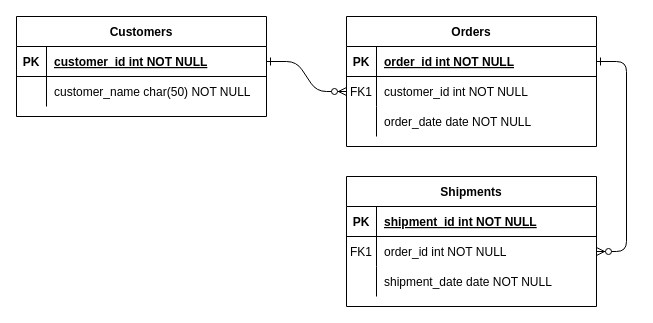
This is document/project-board-erd.drawio from hsyoodev/fastcampus-project-board, a draw.io file, before an edit. Source tidied: cells renumbered, new cells numbered last; positions are measured from the earlier drawing's top-left corner, leaving out a move shared by most shapes. Both pictures are drawn from the tidied source at 100%, with x=0, y=0 at pixel (16, 16).
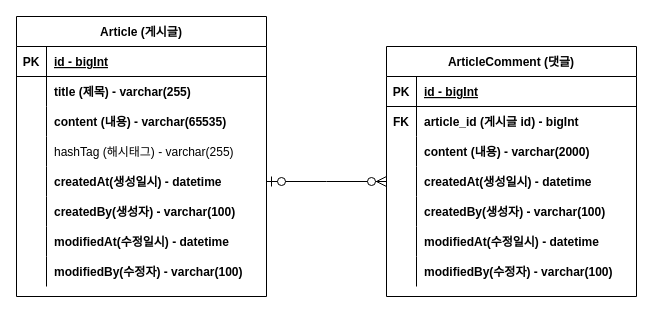
After the change.

Unchanged cells that the change refers to:
```xml
<mxCell id="5" style="shape=partialRectangle;fillColor=none;points=[[0,0.5],[1,0.5]];portConstraint=eastwest;top=0;left=0;right=0;bottom=1;" parent="4" vertex="1">
  <mxGeometry y="30" width="250" height="30" as="geometry" />
</mxCell>
<mxCell id="25" style="shape=partialRectangle;fillColor=none;points=[[0,0.5],[1,0.5]];portConstraint=eastwest;top=0;left=0;right=0;bottom=1;" parent="24" vertex="1">
  <mxGeometry y="30" width="250" height="30" as="geometry" />
</mxCell>
```

Change to the diagram source:
```diff
@@
-    <mxCell id="2" style="edgeStyle=entityRelationEdgeStyle;endArrow=ERzeroToMany;startArrow=ERone;endFill=1;startFill=0;" parent="1" edge="1" source="25" target="8">
-      <mxGeometry relative="1" as="geometry" />
-    </mxCell>
-    <mxCell id="3" style="edgeStyle=entityRelationEdgeStyle;endArrow=ERzeroToMany;startArrow=ERone;endFill=1;startFill=0;" parent="1" edge="1" source="5" target="18">
-      <mxGeometry relative="1" as="geometry" />
-    </mxCell>
-    <mxCell id="4" value="Orders" style="shape=table;startSize=30;childLayout=tableLayout;rowLines=0;fontStyle=1;align=center;" parent="1" vertex="1">
-      <mxGeometry x="330" width="250" height="130" as="geometry" />
+    <mxCell id="4" value="ArticleComment (댓글)" style="shape=table;startSize=30;childLayout=tableLayout;rowLines=0;fontStyle=1;align=center;" parent="1" vertex="1">
+      <mxGeometry x="370" y="30" width="250" height="250" as="geometry" />
     </mxCell>
@@
-    <mxCell id="7" value="order_id int NOT NULL " style="shape=partialRectangle;overflow=hidden;fillColor=none;top=0;left=0;bottom=0;right=0;align=left;spacingLeft=6;fontStyle=5;" parent="5" vertex="1">
+    <mxCell id="7" value="id - bigInt" style="shape=partialRectangle;overflow=hidden;fillColor=none;top=0;left=0;bottom=0;right=0;align=left;spacingLeft=6;fontStyle=5;" parent="5" vertex="1">
       <mxGeometry x="30" width="220" height="30" as="geometry" />
     </mxCell>
-    <mxCell id="8" style="shape=partialRectangle;fillColor=none;points=[[0,0.5],[1,0.5]];portConstraint=eastwest;top=0;left=0;right=0;bottom=0;" parent="4" vertex="1">
+    <mxCell id="8" style="shape=partialRectangle;fillColor=none;points=[[0,0.5],[1,0.5]];portConstraint=eastwest;top=0;left=0;right=0;bottom=0;fontStyle=1;" parent="4" vertex="1">
       <mxGeometry y="60" width="250" height="30" as="geometry" />
     </mxCell>
-    <mxCell id="9" value="FK1" style="shape=partialRectangle;overflow=hidden;fillColor=none;top=0;left=0;bottom=0;right=0;" parent="8" vertex="1">
+    <mxCell id="9" value="FK" style="shape=partialRectangle;overflow=hidden;fillColor=none;top=0;left=0;bottom=0;right=0;fontStyle=1;" parent="8" vertex="1">
       <mxGeometry width="30" height="30" as="geometry" />
     </mxCell>
-    <mxCell id="10" value="customer_id int NOT NULL" style="shape=partialRectangle;overflow=hidden;fillColor=none;top=0;left=0;bottom=0;right=0;align=left;spacingLeft=6;" parent="8" vertex="1">
+    <mxCell id="10" value="article_id (게시글 id) - bigInt" style="shape=partialRectangle;overflow=hidden;fillColor=none;top=0;left=0;bottom=0;right=0;align=left;spacingLeft=6;fontStyle=1;" parent="8" vertex="1">
       <mxGeometry x="30" width="220" height="30" as="geometry" />
     </mxCell>
-    <mxCell id="11" style="shape=partialRectangle;fillColor=none;top=0;left=0;right=0;bottom=0;" parent="4" vertex="1">
+    <mxCell id="11" style="shape=partialRectangle;fillColor=none;top=0;left=0;right=0;bottom=0;fontStyle=1;" parent="4" vertex="1">
       <mxGeometry y="90" width="250" height="30" as="geometry" />
     </mxCell>
-    <mxCell id="12" style="shape=partialRectangle;overflow=hidden;fillColor=none;top=0;left=0;bottom=0;right=0;" parent="11" vertex="1">
+    <mxCell id="12" style="shape=partialRectangle;overflow=hidden;fillColor=none;top=0;left=0;bottom=0;right=0;fontStyle=1;" parent="11" vertex="1">
       <mxGeometry width="30" height="30" as="geometry" />
     </mxCell>
-    <mxCell id="13" value="order_date date NOT NULL" style="shape=partialRectangle;overflow=hidden;fillColor=none;top=0;left=0;bottom=0;right=0;align=left;spacingLeft=6;" parent="11" vertex="1">
+    <mxCell id="13" value="content (내용) - varchar(2000)" style="shape=partialRectangle;overflow=hidden;fillColor=none;top=0;left=0;bottom=0;right=0;align=left;spacingLeft=6;fontStyle=1;" parent="11" vertex="1">
       <mxGeometry x="30" width="220" height="30" as="geometry" />
     </mxCell>
-    <mxCell id="14" value="Shipments" style="shape=table;startSize=30;childLayout=tableLayout;rowLines=0;fontStyle=1;align=center;" parent="1" vertex="1">
-      <mxGeometry x="330" y="160" width="250" height="130" as="geometry" />
-    </mxCell>
-    <mxCell id="15" style="shape=partialRectangle;fillColor=none;top=0;left=0;right=0;bottom=1;" parent="14" vertex="1">
-      <mxGeometry y="30" width="250" height="30" as="geometry" />
-    </mxCell>
-    <mxCell id="16" value="PK" style="shape=partialRectangle;overflow=hidden;fillColor=none;top=0;left=0;bottom=0;right=0;fontStyle=1;" parent="15" vertex="1">
-      <mxGeometry width="30" height="30" as="geometry" />
-    </mxCell>
-    <mxCell id="17" value="shipment_id int NOT NULL " style="shape=partialRectangle;overflow=hidden;fillColor=none;top=0;left=0;bottom=0;right=0;align=left;spacingLeft=6;fontStyle=5;" parent="15" vertex="1">
-      <mxGeometry x="30" width="220" height="30" as="geometry" />
-    </mxCell>
-    <mxCell id="18" style="shape=partialRectangle;fillColor=none;points=[[0,0.5],[1,0.5]];portConstraint=eastwest;top=0;left=0;right=0;bottom=0;" parent="14" vertex="1">
-      <mxGeometry y="60" width="250" height="30" as="geometry" />
-    </mxCell>
-    <mxCell id="19" value="FK1" style="shape=partialRectangle;overflow=hidden;fillColor=none;top=0;left=0;bottom=0;right=0;" parent="18" vertex="1">
-      <mxGeometry width="30" height="30" as="geometry" />
-    </mxCell>
-    <mxCell id="20" value="order_id int NOT NULL" style="shape=partialRectangle;overflow=hidden;fillColor=none;top=0;left=0;bottom=0;right=0;align=left;spacingLeft=6;" parent="18" vertex="1">
-      <mxGeometry x="30" width="220" height="30" as="geometry" />
-    </mxCell>
-    <mxCell id="21" style="shape=partialRectangle;fillColor=none;top=0;left=0;right=0;bottom=0;" parent="14" vertex="1">
-      <mxGeometry y="90" width="250" height="30" as="geometry" />
-    </mxCell>
-    <mxCell id="22" style="shape=partialRectangle;overflow=hidden;fillColor=none;top=0;left=0;bottom=0;right=0;" parent="21" vertex="1">
-      <mxGeometry width="30" height="30" as="geometry" />
-    </mxCell>
-    <mxCell id="23" value="shipment_date date NOT NULL" style="shape=partialRectangle;overflow=hidden;fillColor=none;top=0;left=0;bottom=0;right=0;align=left;spacingLeft=6;" parent="21" vertex="1">
-      <mxGeometry x="30" width="220" height="30" as="geometry" />
-    </mxCell>
+    <mxCell id="31" style="shape=partialRectangle;fillColor=none;points=[[0,0.5],[1,0.5]];portConstraint=eastwest;top=0;left=0;right=0;bottom=0;fontStyle=1;" parent="4" vertex="1">
+      <mxGeometry y="120" width="250" height="30" as="geometry" />
+    </mxCell>
+    <mxCell id="32" style="shape=partialRectangle;overflow=hidden;fillColor=none;top=0;left=0;bottom=0;right=0;fontStyle=1;" parent="31" vertex="1">
+      <mxGeometry width="30" height="30" as="geometry" />
+    </mxCell>
+    <mxCell id="33" value="createdAt(생성일시) - datetime" style="shape=partialRectangle;overflow=hidden;fillColor=none;top=0;left=0;bottom=0;right=0;align=left;spacingLeft=6;fontStyle=1;" parent="31" vertex="1">
+      <mxGeometry x="30" width="220" height="30" as="geometry" />
+    </mxCell>
+    <mxCell id="34" style="shape=partialRectangle;fillColor=none;top=0;left=0;right=0;bottom=0;fontStyle=1;" parent="4" vertex="1">
+      <mxGeometry y="150" width="250" height="30" as="geometry" />
+    </mxCell>
+    <mxCell id="35" style="shape=partialRectangle;overflow=hidden;fillColor=none;top=0;left=0;bottom=0;right=0;fontStyle=1;" parent="34" vertex="1">
+      <mxGeometry width="30" height="30" as="geometry" />
+    </mxCell>
+    <mxCell id="36" value="createdBy(생성자) - varchar(100)" style="shape=partialRectangle;overflow=hidden;fillColor=none;top=0;left=0;bottom=0;right=0;align=left;spacingLeft=6;fontStyle=1;" parent="34" vertex="1">
+      <mxGeometry x="30" width="220" height="30" as="geometry" />
+    </mxCell>
+    <mxCell id="37" style="shape=partialRectangle;fillColor=none;top=0;left=0;right=0;bottom=0;fontStyle=1;" parent="4" vertex="1">
+      <mxGeometry y="180" width="250" height="30" as="geometry" />
+    </mxCell>
+    <mxCell id="38" style="shape=partialRectangle;overflow=hidden;fillColor=none;top=0;left=0;bottom=0;right=0;fontStyle=1;" parent="37" vertex="1">
+      <mxGeometry width="30" height="30" as="geometry" />
+    </mxCell>
+    <mxCell id="39" value="modifiedAt(수정일시) - datetime" style="shape=partialRectangle;overflow=hidden;fillColor=none;top=0;left=0;bottom=0;right=0;align=left;spacingLeft=6;fontStyle=1;" parent="37" vertex="1">
+      <mxGeometry x="30" width="220" height="30" as="geometry" />
+    </mxCell>
+    <mxCell id="40" style="shape=partialRectangle;fillColor=none;top=0;left=0;right=0;bottom=0;fontStyle=1;" parent="4" vertex="1">
+      <mxGeometry y="210" width="250" height="30" as="geometry" />
+    </mxCell>
+    <mxCell id="41" style="shape=partialRectangle;overflow=hidden;fillColor=none;top=0;left=0;bottom=0;right=0;fontStyle=1;" parent="40" vertex="1">
+      <mxGeometry width="30" height="30" as="geometry" />
+    </mxCell>
+    <mxCell id="42" value="modifiedBy(수정자) - varchar(100)" style="shape=partialRectangle;overflow=hidden;fillColor=none;top=0;left=0;bottom=0;right=0;align=left;spacingLeft=6;fontStyle=1;" parent="40" vertex="1">
+      <mxGeometry x="30" width="220" height="30" as="geometry" />
+    </mxCell>
-    <mxCell id="24" value="Customers" style="shape=table;startSize=30;childLayout=tableLayout;rowLines=0;fontStyle=1;align=center;" parent="1" vertex="1">
-      <mxGeometry width="250" height="100" as="geometry" />
+    <mxCell id="24" value="Article (게시글)" style="shape=table;startSize=30;childLayout=tableLayout;rowLines=0;fontStyle=1;align=center;" parent="1" vertex="1">
+      <mxGeometry width="250" height="280" as="geometry" />
     </mxCell>
@@
-    <mxCell id="27" value="customer_id int NOT NULL " style="shape=partialRectangle;overflow=hidden;fillColor=none;top=0;left=0;bottom=0;right=0;align=left;spacingLeft=6;fontStyle=5;" parent="25" vertex="1">
+    <mxCell id="27" value="id - bigInt" style="shape=partialRectangle;overflow=hidden;fillColor=none;top=0;left=0;bottom=0;right=0;align=left;spacingLeft=6;fontStyle=5;" parent="25" vertex="1">
       <mxGeometry x="30" width="220" height="30" as="geometry" />
     </mxCell>
-    <mxCell id="28" style="shape=partialRectangle;fillColor=none;top=0;left=0;right=0;bottom=0;" parent="24" vertex="1">
+    <mxCell id="28" style="shape=partialRectangle;fillColor=none;top=0;left=0;right=0;bottom=0;fontStyle=1;" parent="24" vertex="1">
       <mxGeometry y="60" width="250" height="30" as="geometry" />
     </mxCell>
-    <mxCell id="29" style="shape=partialRectangle;overflow=hidden;fillColor=none;top=0;left=0;bottom=0;right=0;" parent="28" vertex="1">
+    <mxCell id="29" style="shape=partialRectangle;overflow=hidden;fillColor=none;top=0;left=0;bottom=0;right=0;fontStyle=1;" parent="28" vertex="1">
       <mxGeometry width="30" height="30" as="geometry" />
     </mxCell>
-    <mxCell id="30" value="customer_name char(50) NOT NULL" style="shape=partialRectangle;overflow=hidden;fillColor=none;top=0;left=0;bottom=0;right=0;align=left;spacingLeft=6;" parent="28" vertex="1">
+    <mxCell id="30" value="title (제목) - varchar(255)" style="shape=partialRectangle;overflow=hidden;fillColor=none;top=0;left=0;bottom=0;right=0;align=left;spacingLeft=6;fontStyle=1;" parent="28" vertex="1">
       <mxGeometry x="30" width="220" height="30" as="geometry" />
     </mxCell>
+    <mxCell id="43" style="shape=partialRectangle;fillColor=none;top=0;left=0;right=0;bottom=0;fontStyle=1;" parent="24" vertex="1">
+      <mxGeometry y="90" width="250" height="30" as="geometry" />
+    </mxCell>
+    <mxCell id="44" style="shape=partialRectangle;overflow=hidden;fillColor=none;top=0;left=0;bottom=0;right=0;fontStyle=1;" parent="43" vertex="1">
+      <mxGeometry width="30" height="30" as="geometry" />
+    </mxCell>
+    <mxCell id="45" value="content (내용) - varchar(65535)" style="shape=partialRectangle;overflow=hidden;fillColor=none;top=0;left=0;bottom=0;right=0;align=left;spacingLeft=6;fontStyle=1;" parent="43" vertex="1">
+      <mxGeometry x="30" width="220" height="30" as="geometry" />
+    </mxCell>
+    <mxCell id="46" style="shape=partialRectangle;fillColor=none;top=0;left=0;right=0;bottom=0;fontStyle=1;" parent="24" vertex="1">
+      <mxGeometry y="120" width="250" height="30" as="geometry" />
+    </mxCell>
+    <mxCell id="47" style="shape=partialRectangle;overflow=hidden;fillColor=none;top=0;left=0;bottom=0;right=0;fontStyle=1;" parent="46" vertex="1">
+      <mxGeometry width="30" height="30" as="geometry" />
+    </mxCell>
+    <mxCell id="48" value="hashTag (해시태그) - varchar(255)" style="shape=partialRectangle;overflow=hidden;fillColor=none;top=0;left=0;bottom=0;right=0;align=left;spacingLeft=6;fontStyle=0;" parent="46" vertex="1">
+      <mxGeometry x="30" width="220" height="30" as="geometry" />
+    </mxCell>
+    <mxCell id="49" style="shape=partialRectangle;fillColor=none;points=[[0,0.5],[1,0.5]];portConstraint=eastwest;top=0;left=0;right=0;bottom=0;fontStyle=1;" parent="24" vertex="1">
+      <mxGeometry y="150" width="250" height="30" as="geometry" />
+    </mxCell>
+    <mxCell id="50" style="shape=partialRectangle;overflow=hidden;fillColor=none;top=0;left=0;bottom=0;right=0;fontStyle=1;" parent="49" vertex="1">
+      <mxGeometry width="30" height="30" as="geometry" />
+    </mxCell>
+    <mxCell id="51" value="createdAt(생성일시) - datetime" style="shape=partialRectangle;overflow=hidden;fillColor=none;top=0;left=0;bottom=0;right=0;align=left;spacingLeft=6;fontStyle=1;" parent="49" vertex="1">
+      <mxGeometry x="30" width="220" height="30" as="geometry" />
+    </mxCell>
+    <mxCell id="52" style="shape=partialRectangle;fillColor=none;top=0;left=0;right=0;bottom=0;fontStyle=1;" parent="24" vertex="1">
+      <mxGeometry y="180" width="250" height="30" as="geometry" />
+    </mxCell>
+    <mxCell id="53" style="shape=partialRectangle;overflow=hidden;fillColor=none;top=0;left=0;bottom=0;right=0;fontStyle=1;" parent="52" vertex="1">
+      <mxGeometry width="30" height="30" as="geometry" />
+    </mxCell>
+    <mxCell id="54" value="createdBy(생성자) - varchar(100)" style="shape=partialRectangle;overflow=hidden;fillColor=none;top=0;left=0;bottom=0;right=0;align=left;spacingLeft=6;fontStyle=1;" parent="52" vertex="1">
+      <mxGeometry x="30" width="220" height="30" as="geometry" />
+    </mxCell>
+    <mxCell id="55" style="shape=partialRectangle;fillColor=none;top=0;left=0;right=0;bottom=0;fontStyle=1;" parent="24" vertex="1">
+      <mxGeometry y="210" width="250" height="30" as="geometry" />
+    </mxCell>
+    <mxCell id="56" style="shape=partialRectangle;overflow=hidden;fillColor=none;top=0;left=0;bottom=0;right=0;fontStyle=1;" parent="55" vertex="1">
+      <mxGeometry width="30" height="30" as="geometry" />
+    </mxCell>
+    <mxCell id="57" value="modifiedAt(수정일시) - datetime" style="shape=partialRectangle;overflow=hidden;fillColor=none;top=0;left=0;bottom=0;right=0;align=left;spacingLeft=6;fontStyle=1;" parent="55" vertex="1">
+      <mxGeometry x="30" width="220" height="30" as="geometry" />
+    </mxCell>
+    <mxCell id="58" style="shape=partialRectangle;fillColor=none;top=0;left=0;right=0;bottom=0;fontStyle=1;" parent="24" vertex="1">
+      <mxGeometry y="240" width="250" height="30" as="geometry" />
+    </mxCell>
+    <mxCell id="59" style="shape=partialRectangle;overflow=hidden;fillColor=none;top=0;left=0;bottom=0;right=0;fontStyle=1;" parent="58" vertex="1">
+      <mxGeometry width="30" height="30" as="geometry" />
+    </mxCell>
+    <mxCell id="60" value="modifiedBy(수정자) - varchar(100)" style="shape=partialRectangle;overflow=hidden;fillColor=none;top=0;left=0;bottom=0;right=0;align=left;spacingLeft=6;fontStyle=1;" parent="58" vertex="1">
+      <mxGeometry x="30" width="220" height="30" as="geometry" />
+    </mxCell>
+    <mxCell id="61" style="edgeStyle=entityRelationEdgeStyle;fontSize=12;html=1;endArrow=ERzeroToMany;startArrow=ERzeroToOne;rounded=0;startSize=8;endSize=8;curved=1;entryX=0;entryY=0.5;entryDx=0;entryDy=0;exitX=1;exitY=0.5;exitDx=0;exitDy=0;" parent="1" edge="1" source="49" target="31">
+      <mxGeometry relative="1" as="geometry">
+        <Array as="points">
+          <mxPoint x="440" y="140" />
+        </Array>
+      </mxGeometry>
+    </mxCell>
```
